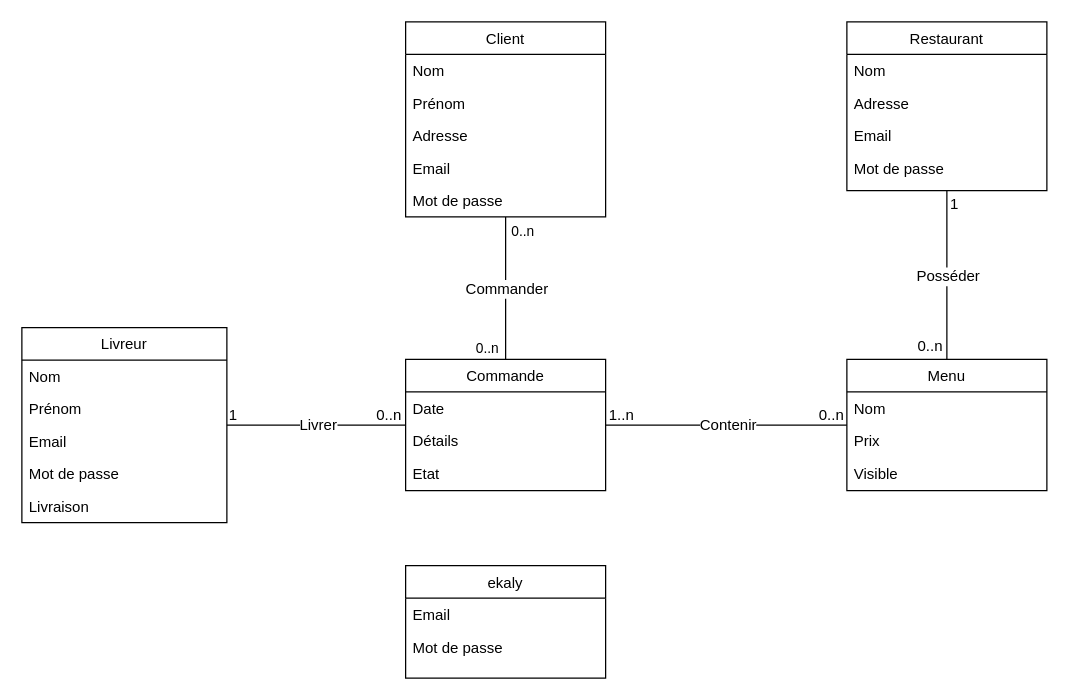
Before: .model/Model.drawio in FrancoRATOVOSON/m1p9mean-franco, a draw.io diagram. Source tidied: cells renumbered, new cells numbered last; positions are measured from the earlier drawing's top-left corner, leaving out a move shared by most shapes. Both pictures are drawn from the tidied source at 125%, with x=0, y=0 at pixel (21, 21).
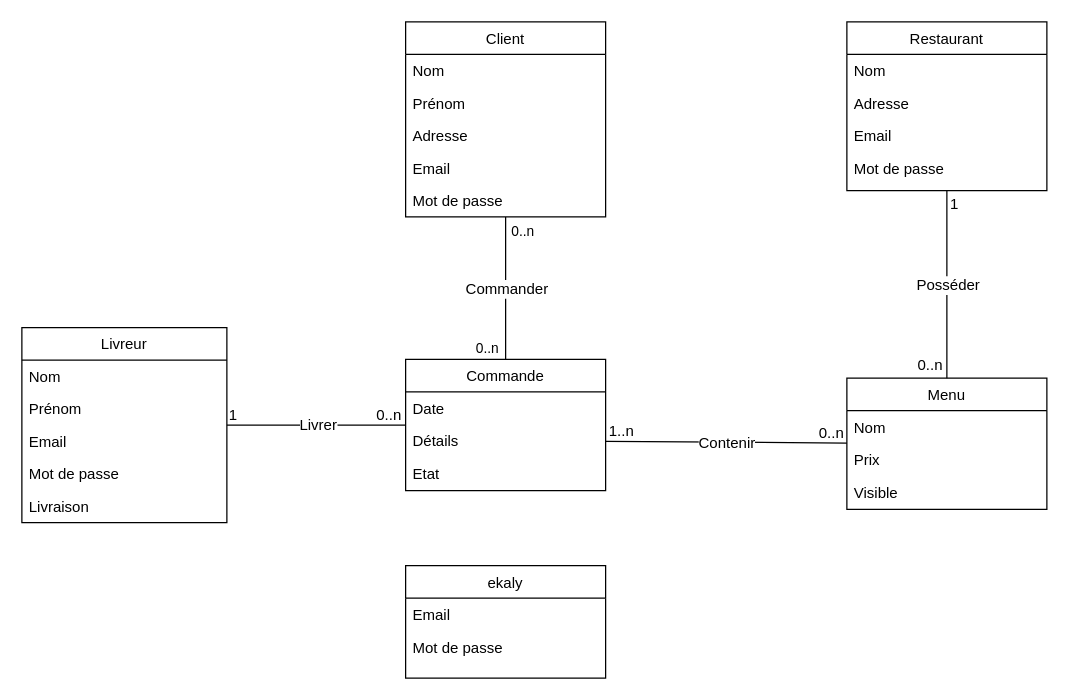
The same diagram, later.

Commit message (it also covers changes not shown here):
Feat : create prisma model

Unchanged cells that the change refers to:
```xml
<mxCell id="26" value="Commande" style="swimlane;fontStyle=0;align=center;verticalAlign=top;horizontal=1;startSize=26;rounded=0;shadow=0;strokeWidth=1;" parent="1" vertex="1">
  <mxGeometry x="307" y="270" width="160" height="105" as="geometry" />
</mxCell>
<mxCell id="28" value="Détails" style="text;align=left;verticalAlign=top;spacingLeft=4;spacingRight=4;overflow=hidden;points=[[0,0.5],[1,0.5]];portConstraint=eastwest;" parent="26" vertex="1">
  <mxGeometry y="52" width="160" height="26" as="geometry" />
</mxCell>
```

Diff of the diagram source:
```diff
@@
     <mxCell id="22" value="Menu" style="swimlane;fontStyle=0;align=center;verticalAlign=top;horizontal=1;startSize=26;rounded=0;shadow=0;strokeWidth=1;" parent="1" vertex="1">
-      <mxGeometry x="660" y="270" width="160" height="105" as="geometry" />
+      <mxGeometry x="660" y="285" width="160" height="105" as="geometry" />
     </mxCell>
@@
-    <mxCell id="38" style="endArrow=none;html=1;rounded=0;fontSize=12;endFill=0;" parent="1" edge="1" source="26" target="22">
+    <mxCell id="38" style="endArrow=none;html=1;rounded=0;fontSize=12;endFill=0;" parent="1" edge="1" source="28" target="22">
       <mxGeometry relative="1" as="geometry" />
     </mxCell>
```
